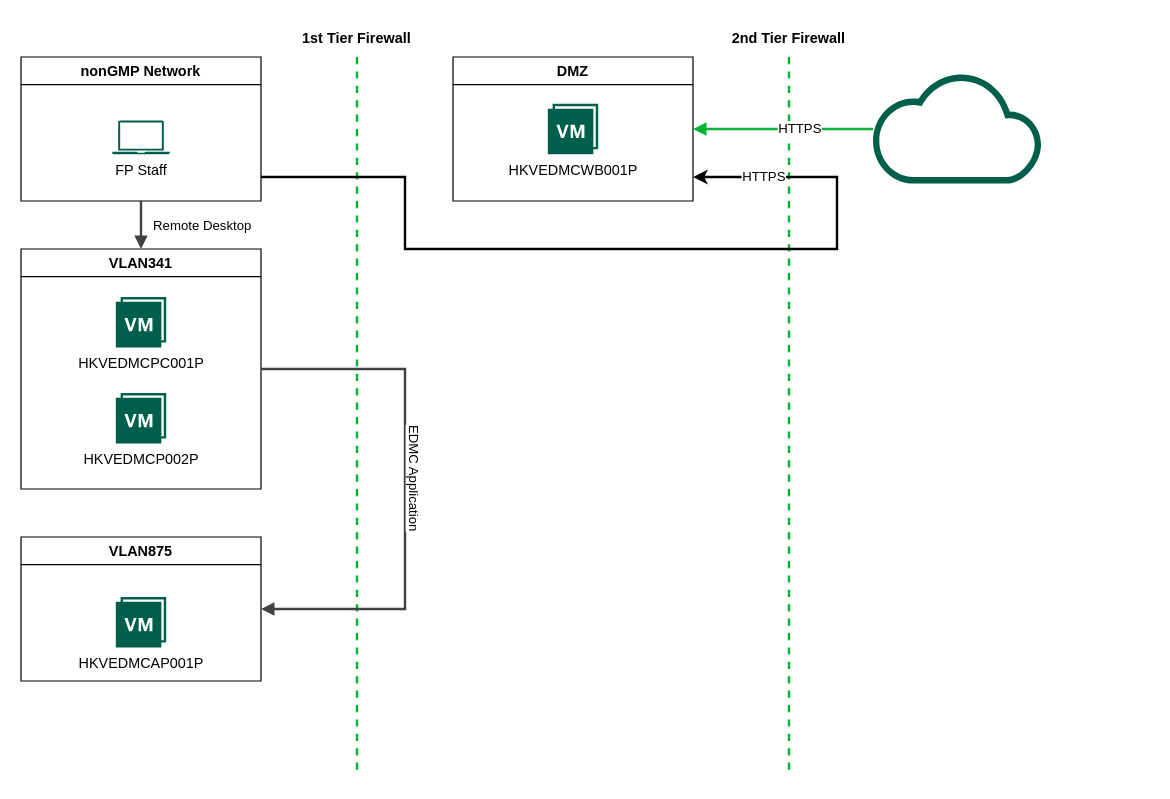
Before: EDMC.drawio in rwo001/FP, a draw.io diagram. Source tidied: cells renumbered, new cells numbered last; positions are measured from the earlier drawing's top-left corner, leaving out a move shared by most shapes. Both pictures are drawn from the tidied source at 120%, with x=0, y=0 at pixel (20, 20).
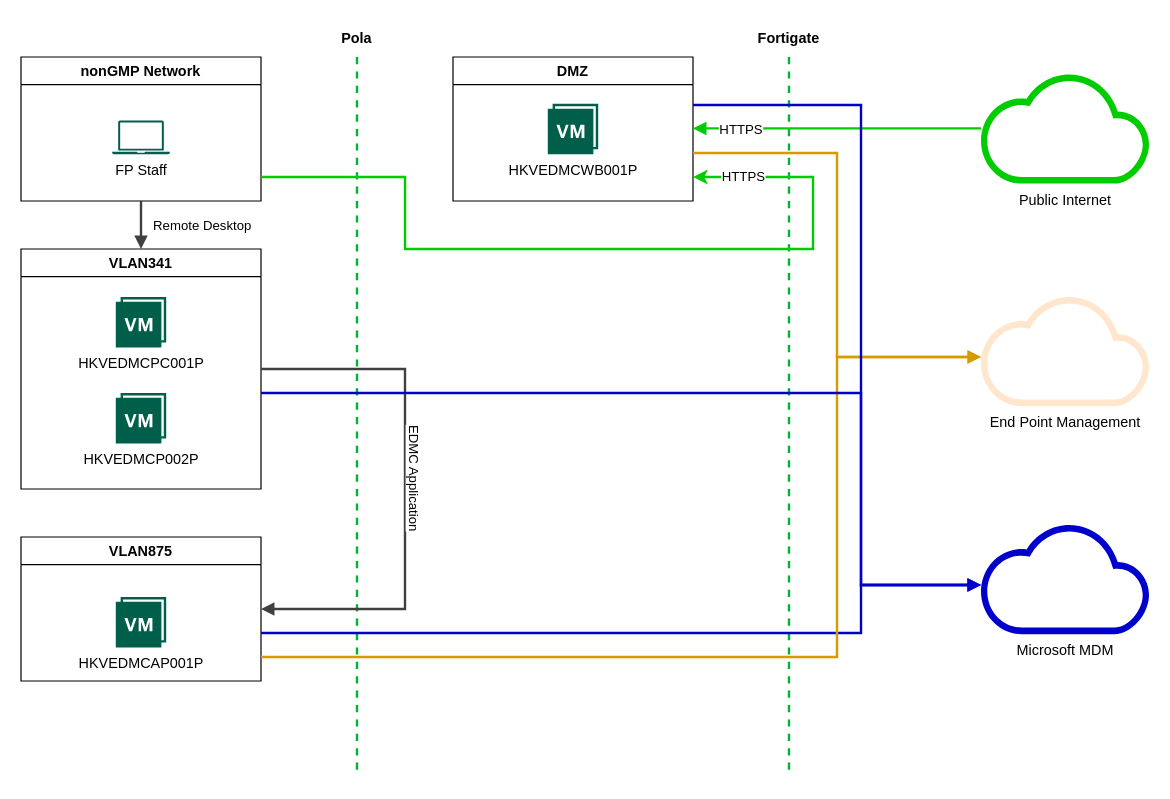
Above is the later version.

Unchanged cells that the change refers to:
```xml
<mxCell id="7" value="DMZ" style="swimlane;whiteSpace=wrap;html=1;" parent="1" vertex="1">
  <mxGeometry x="360" y="30" width="200" height="120" as="geometry" />
</mxCell>
```

Diff of the diagram source:
```diff
@@
-    <mxCell id="10" style="sketch=0;shadow=0;dashed=0;html=1;strokeColor=none;fillColor=#005F4B;labelPosition=center;verticalLabelPosition=bottom;verticalAlign=top;align=center;outlineConnect=0;shape=mxgraph.veeam2.cloud;" parent="1" vertex="1">
-      <mxGeometry x="710" y="44.5" width="140" height="91" as="geometry" />
+    <mxCell id="10" value="Public Internet" style="sketch=0;shadow=0;dashed=0;html=1;strokeColor=#82b366;fillColor=#00CC00;labelPosition=center;verticalLabelPosition=bottom;verticalAlign=top;align=center;outlineConnect=0;shape=mxgraph.veeam2.cloud;" parent="1" vertex="1">
+      <mxGeometry x="800" y="44.5" width="140" height="91" as="geometry" />
     </mxCell>
@@
-    <mxCell id="12" style="edgeStyle=none;rounded=0;html=1;entryX=1;entryY=0.5;jettySize=auto;strokeColor=#00B336;strokeWidth=2;fontColor=#000000;jumpStyle=none;endArrow=block;endFill=1;startArrow=none;entryDx=0;entryDy=0;" parent="1" edge="1" source="10" target="7">
-      <mxGeometry relative="1" as="geometry" />
+    <mxCell id="12" style="edgeStyle=none;rounded=0;html=1;jettySize=auto;orthogonalLoop=1;strokeColor=#00CC00;strokeWidth=2;fontColor=#000000;jumpStyle=none;endArrow=block;endFill=1;startArrow=none;entryX=1;entryY=0.5;entryDx=0;entryDy=0;" parent="1" edge="1">
+      <mxGeometry relative="1" as="geometry">
+        <mxPoint x="800" y="89.5" as="sourcePoint" />
+        <mxPoint x="560" y="89.5" as="targetPoint" />
+      </mxGeometry>
     </mxCell>
     <mxCell id="13" value="HTTPS" style="edgeLabel;html=1;align=center;verticalAlign=middle;" parent="12" vertex="1">
-      <mxGeometry x="-0.17" y="-1" relative="1" as="geometry" />
+      <mxGeometry x="-0.17" y="-1" relative="1" as="geometry">
+        <mxPoint x="-101" y="2" as="offset" />
+      </mxGeometry>
     </mxCell>
@@
-    <mxCell id="20" value="1st Tier Firewall" style="text;html=1;align=center;verticalAlign=middle;whiteSpace=wrap;rounded=0;fontStyle=1;" parent="1" vertex="1">
+    <mxCell id="20" value="Pola" style="text;html=1;align=center;verticalAlign=middle;whiteSpace=wrap;rounded=0;fontStyle=1;" parent="1" vertex="1">
       <mxGeometry x="230" width="100" height="30" as="geometry" />
     </mxCell>
-    <mxCell id="21" value="2nd Tier Firewall" style="text;html=1;align=center;verticalAlign=middle;whiteSpace=wrap;rounded=0;fontStyle=1;" parent="1" vertex="1">
+    <mxCell id="21" value="Fortigate" style="text;html=1;align=center;verticalAlign=middle;whiteSpace=wrap;rounded=0;fontStyle=1;" parent="1" vertex="1">
       <mxGeometry x="590" width="100" height="30" as="geometry" />
     </mxCell>
-    <mxCell id="22" style="endArrow=classic;html=1;rounded=0;strokeWidth=2;" parent="1" edge="1">
+    <mxCell id="22" style="endArrow=classic;html=1;rounded=0;strokeWidth=2;strokeColor=#00CC00;" parent="1" edge="1">
       <mxGeometry relative="1" as="geometry">
         <mxPoint x="200" y="130" as="sourcePoint" />
         <mxPoint x="560" y="130" as="targetPoint" />
         <Array as="points">
           <mxPoint x="320" y="130" />
           <mxPoint x="320" y="190" />
-          <mxPoint x="680" y="190" />
-          <mxPoint x="680" y="130" />
+          <mxPoint x="660" y="190" />
+          <mxPoint x="660" y="130" />
         </Array>
       </mxGeometry>
     </mxCell>
     <mxCell id="23" value="HTTPS" style="edgeLabel;html=1;align=center;verticalAlign=middle;" parent="22" vertex="1">
-      <mxGeometry x="0.84" y="-1" relative="1" as="geometry" />
+      <mxGeometry x="0.84" y="-1" relative="1" as="geometry">
+        <mxPoint x="-13" as="offset" />
+      </mxGeometry>
     </mxCell>
+    <mxCell id="24" value="End Point Management" style="sketch=0;shadow=0;dashed=0;html=1;strokeColor=#d79b00;fillColor=#ffe6cc;labelPosition=center;verticalLabelPosition=bottom;verticalAlign=top;align=center;outlineConnect=0;shape=mxgraph.veeam2.cloud;" parent="1" vertex="1">
+      <mxGeometry x="800" y="230" width="140" height="91" as="geometry" />
+    </mxCell>
+    <mxCell id="25" value="Microsoft MDM" style="sketch=0;shadow=0;dashed=0;html=1;strokeColor=#b85450;fillColor=#0000CC;labelPosition=center;verticalLabelPosition=bottom;verticalAlign=top;align=center;shape=mxgraph.veeam2.cloud;" parent="1" vertex="1">
+      <mxGeometry x="800" y="420" width="140" height="91" as="geometry" />
+    </mxCell>
+    <mxCell id="26" style="edgeStyle=none;rounded=0;html=1;jettySize=auto;orthogonalLoop=1;strokeColor=#0000CC;strokeWidth=2;fontColor=#000000;jumpStyle=none;endArrow=block;endFill=1;startArrow=none;fillColor=#f8cecc;" parent="1" edge="1">
+      <mxGeometry relative="1" as="geometry">
+        <mxPoint x="200" y="510" as="sourcePoint" />
+        <mxPoint x="800" y="470" as="targetPoint" />
+        <Array as="points">
+          <mxPoint x="700" y="510" />
+          <mxPoint x="700" y="470" />
+          <mxPoint x="790" y="470" />
+          <mxPoint x="740" y="470" />
+        </Array>
+      </mxGeometry>
+    </mxCell>
+    <mxCell id="27" style="edgeStyle=none;rounded=0;html=1;jettySize=auto;orthogonalLoop=1;strokeColor=#d79b00;strokeWidth=2;fontColor=#000000;jumpStyle=none;endArrow=block;endFill=1;startArrow=none;fillColor=#ffe6cc;" parent="1" edge="1">
+      <mxGeometry relative="1" as="geometry">
+        <mxPoint x="200" y="530" as="sourcePoint" />
+        <mxPoint x="800" y="280" as="targetPoint" />
+        <Array as="points">
+          <mxPoint x="680" y="530" />
+          <mxPoint x="680" y="280" />
+        </Array>
+      </mxGeometry>
+    </mxCell>
+    <mxCell id="28" style="edgeStyle=none;rounded=0;html=1;jettySize=auto;strokeColor=#d79b00;strokeWidth=2;fontColor=#000000;jumpStyle=none;endArrow=block;endFill=1;startArrow=none;fillColor=#ffe6cc;entryX=0;entryY=0.549;entryDx=0;entryDy=0;entryPerimeter=0;" parent="1" edge="1" target="24">
+      <mxGeometry relative="1" as="geometry">
+        <mxPoint x="560" y="110" as="sourcePoint" />
+        <Array as="points">
+          <mxPoint x="680" y="110" />
+          <mxPoint x="680" y="280" />
+        </Array>
+      </mxGeometry>
+    </mxCell>
+    <mxCell id="29" style="edgeStyle=none;rounded=0;html=1;jettySize=auto;orthogonalLoop=1;strokeColor=#0000CC;strokeWidth=2;fontColor=#000000;jumpStyle=none;endArrow=block;endFill=1;startArrow=none;fillColor=#f8cecc;" parent="1" edge="1">
+      <mxGeometry relative="1" as="geometry">
+        <mxPoint x="200" y="310" as="sourcePoint" />
+        <mxPoint x="800" y="470" as="targetPoint" />
+        <Array as="points">
+          <mxPoint x="700" y="310" />
+          <mxPoint x="700" y="470" />
+        </Array>
+      </mxGeometry>
+    </mxCell>
+    <mxCell id="30" style="edgeStyle=none;rounded=0;html=1;jettySize=auto;orthogonalLoop=1;strokeColor=#0000CC;strokeWidth=2;fontColor=#000000;jumpStyle=none;endArrow=block;endFill=1;startArrow=none;fillColor=#f8cecc;exitX=1;exitY=0.5;exitDx=0;exitDy=0;" parent="1" edge="1">
+      <mxGeometry relative="1" as="geometry">
+        <mxPoint x="560" y="70" as="sourcePoint" />
+        <mxPoint x="800" y="470" as="targetPoint" />
+        <Array as="points">
+          <mxPoint x="700" y="70" />
+          <mxPoint x="700" y="470" />
+        </Array>
+      </mxGeometry>
+    </mxCell>
```
